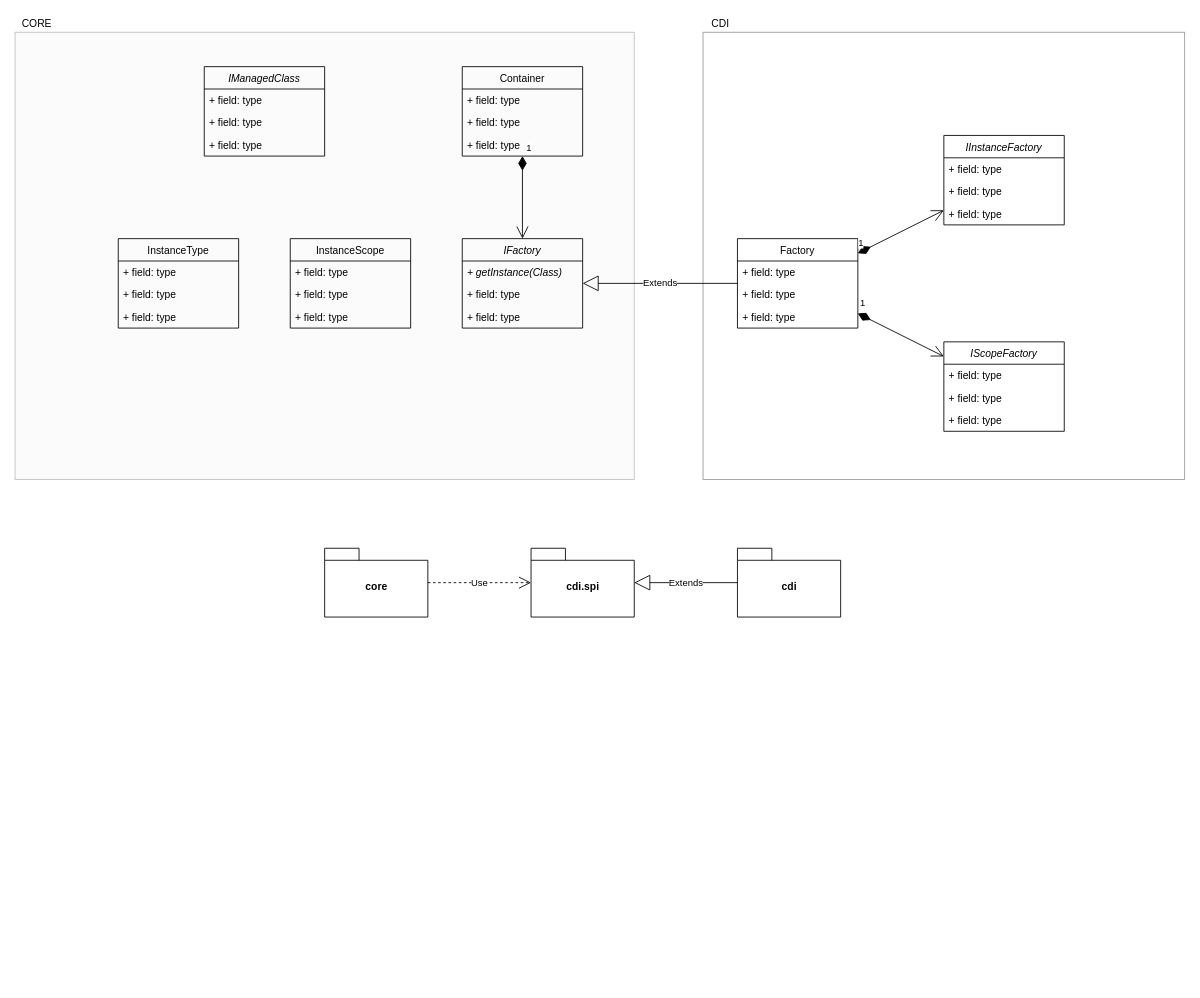
js-lib-com/tiny-container keeps this draw.io diagram as page "Page-15" (16 of 16) of docs/container.drawio. Above is the earlier version. Source tidied: cells renumbered, new cells numbered last; positions are measured from the earlier drawing's top-left corner, leaving out a move shared by most shapes. Both pictures are drawn from the tidied source at 86%, with x=0, y=0 at pixel (15, 15).
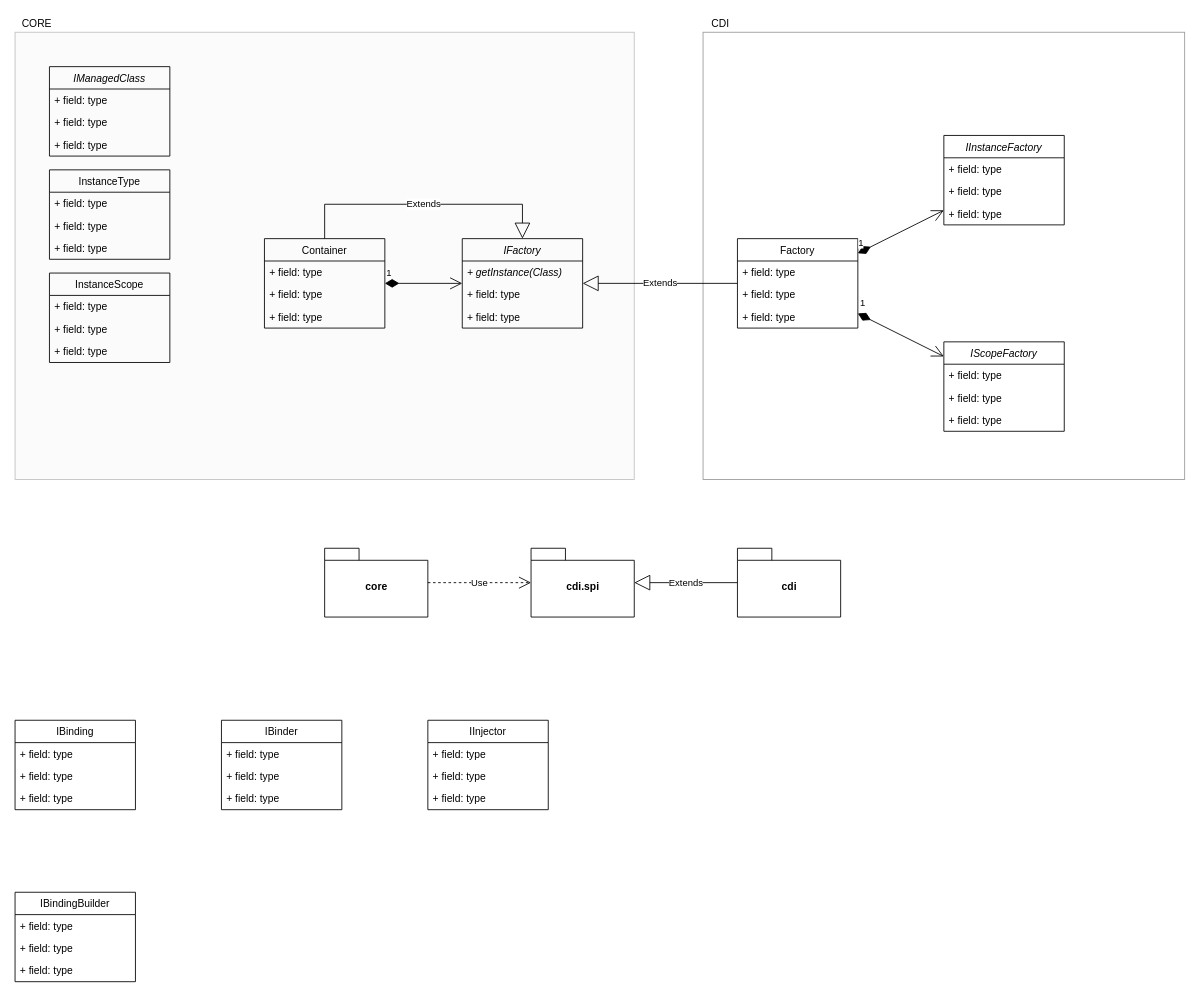
The same diagram, later.

The change refers to these unchanged cells:
```xml
<mxCell id="8" value="IFactory" style="swimlane;fontStyle=2;horizontal=1;startSize=26;fillColor=none;" parent="1" vertex="1">
  <mxGeometry x="520" y="260" width="140" height="104" as="geometry" />
</mxCell>
```

The edit, as a diff of the source:
```diff
@@
     <mxCell id="4" value="Container" style="swimlane;fontStyle=0;horizontal=1;startSize=26;fillColor=none;" parent="1" vertex="1">
-      <mxGeometry x="520" y="60" width="140" height="104" as="geometry" />
+      <mxGeometry x="290" y="260" width="140" height="104" as="geometry" />
     </mxCell>
@@
     <mxCell id="28" value="IManagedClass" style="swimlane;fontStyle=2;horizontal=1;startSize=26;fillColor=none;" parent="1" vertex="1">
-      <mxGeometry x="220" y="60" width="140" height="104" as="geometry" />
+      <mxGeometry x="40" y="60" width="140" height="104" as="geometry" />
     </mxCell>
@@
     <mxCell id="32" value="InstanceType" style="swimlane;fontStyle=0;horizontal=1;startSize=26;fillColor=none;" parent="1" vertex="1">
-      <mxGeometry x="120" y="260" width="140" height="104" as="geometry" />
+      <mxGeometry x="40" y="180" width="140" height="104" as="geometry" />
     </mxCell>
@@
     <mxCell id="36" value="InstanceScope" style="swimlane;fontStyle=0;horizontal=1;startSize=26;fillColor=none;" parent="1" vertex="1">
-      <mxGeometry x="320" y="260" width="140" height="104" as="geometry" />
+      <mxGeometry x="40" y="300" width="140" height="104" as="geometry" />
     </mxCell>
@@
+    <mxCell id="47" value="Extends" style="endArrow=block;endSize=16;endFill=0;html=1;rounded=0;exitX=0.5;exitY=0;exitDx=0;exitDy=0;entryX=0.5;entryY=0;entryDx=0;entryDy=0;edgeStyle=orthogonalEdgeStyle;" parent="1" edge="1" source="4" target="8">
+      <mxGeometry relative="1" as="geometry">
+        <Array as="points">
+          <mxPoint x="360" y="220" />
+          <mxPoint x="590" y="220" />
+        </Array>
+      </mxGeometry>
+    </mxCell>
+    <mxCell id="48" value="IBinder" style="swimlane;fontStyle=0;horizontal=1;startSize=26;fillColor=none;" parent="1" vertex="1">
+      <mxGeometry x="240" y="820" width="140" height="104" as="geometry" />
+    </mxCell>
+    <mxCell id="49" value="+ field: type" style="text;strokeColor=none;fillColor=none;align=left;verticalAlign=top;spacingLeft=4;spacingRight=4;overflow=hidden;" parent="48" vertex="1">
+      <mxGeometry y="26" width="140" height="26" as="geometry" />
+    </mxCell>
+    <mxCell id="50" value="+ field: type" style="text;strokeColor=none;fillColor=none;align=left;verticalAlign=top;spacingLeft=4;spacingRight=4;overflow=hidden;" parent="48" vertex="1">
+      <mxGeometry y="52" width="140" height="26" as="geometry" />
+    </mxCell>
+    <mxCell id="51" value="+ field: type" style="text;strokeColor=none;fillColor=none;align=left;verticalAlign=top;spacingLeft=4;spacingRight=4;overflow=hidden;" parent="48" vertex="1">
+      <mxGeometry y="78" width="140" height="26" as="geometry" />
+    </mxCell>
+    <mxCell id="52" value="IInjector" style="swimlane;fontStyle=0;horizontal=1;startSize=26;fillColor=none;" parent="1" vertex="1">
+      <mxGeometry x="480" y="820" width="140" height="104" as="geometry" />
+    </mxCell>
+    <mxCell id="53" value="+ field: type" style="text;strokeColor=none;fillColor=none;align=left;verticalAlign=top;spacingLeft=4;spacingRight=4;overflow=hidden;" parent="52" vertex="1">
+      <mxGeometry y="26" width="140" height="26" as="geometry" />
+    </mxCell>
+    <mxCell id="54" value="+ field: type" style="text;strokeColor=none;fillColor=none;align=left;verticalAlign=top;spacingLeft=4;spacingRight=4;overflow=hidden;" parent="52" vertex="1">
+      <mxGeometry y="52" width="140" height="26" as="geometry" />
+    </mxCell>
+    <mxCell id="55" value="+ field: type" style="text;strokeColor=none;fillColor=none;align=left;verticalAlign=top;spacingLeft=4;spacingRight=4;overflow=hidden;" parent="52" vertex="1">
+      <mxGeometry y="78" width="140" height="26" as="geometry" />
+    </mxCell>
+    <mxCell id="56" value="IBinding" style="swimlane;fontStyle=0;horizontal=1;startSize=26;fillColor=none;" parent="1" vertex="1">
+      <mxGeometry y="820" width="140" height="104" as="geometry" />
+    </mxCell>
+    <mxCell id="57" value="+ field: type" style="text;strokeColor=none;fillColor=none;align=left;verticalAlign=top;spacingLeft=4;spacingRight=4;overflow=hidden;" parent="56" vertex="1">
+      <mxGeometry y="26" width="140" height="26" as="geometry" />
+    </mxCell>
+    <mxCell id="58" value="+ field: type" style="text;strokeColor=none;fillColor=none;align=left;verticalAlign=top;spacingLeft=4;spacingRight=4;overflow=hidden;" parent="56" vertex="1">
+      <mxGeometry y="52" width="140" height="26" as="geometry" />
+    </mxCell>
+    <mxCell id="59" value="+ field: type" style="text;strokeColor=none;fillColor=none;align=left;verticalAlign=top;spacingLeft=4;spacingRight=4;overflow=hidden;" parent="56" vertex="1">
+      <mxGeometry y="78" width="140" height="26" as="geometry" />
+    </mxCell>
+    <mxCell id="60" value="IBindingBuilder" style="swimlane;fontStyle=0;horizontal=1;startSize=26;fillColor=none;" parent="1" vertex="1">
+      <mxGeometry y="1020" width="140" height="104" as="geometry" />
+    </mxCell>
+    <mxCell id="61" value="+ field: type" style="text;strokeColor=none;fillColor=none;align=left;verticalAlign=top;spacingLeft=4;spacingRight=4;overflow=hidden;" parent="60" vertex="1">
+      <mxGeometry y="26" width="140" height="26" as="geometry" />
+    </mxCell>
+    <mxCell id="62" value="+ field: type" style="text;strokeColor=none;fillColor=none;align=left;verticalAlign=top;spacingLeft=4;spacingRight=4;overflow=hidden;" parent="60" vertex="1">
+      <mxGeometry y="52" width="140" height="26" as="geometry" />
+    </mxCell>
+    <mxCell id="63" value="+ field: type" style="text;strokeColor=none;fillColor=none;align=left;verticalAlign=top;spacingLeft=4;spacingRight=4;overflow=hidden;" parent="60" vertex="1">
+      <mxGeometry y="78" width="140" height="26" as="geometry" />
+    </mxCell>
```
